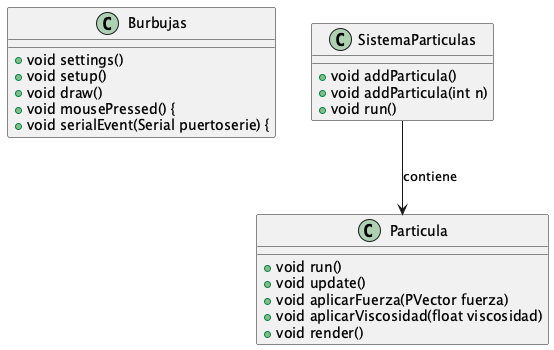
Above: doc/classes_processing.png in uma-dte-docencia/burbujas (PlantUML), before the change.
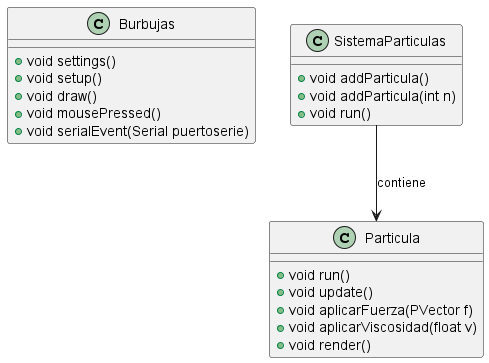
Later version of the same file.

Change to the diagram source:
```diff
@@ -4,15 +4,15 @@
     +void settings()
     +void setup()
     +void draw()
-    +void mousePressed() {
-    +void serialEvent(Serial puertoserie) {
+    +void mousePressed()
+    +void serialEvent(Serial puertoserie)
 }
 
 class Particula {
     +void run()
     +void update()
-    +void aplicarFuerza(PVector fuerza)
-    +void aplicarViscosidad(float viscosidad)
+    +void aplicarFuerza(PVector f)
+    +void aplicarViscosidad(float v)
     +void render()
 }
 
```
